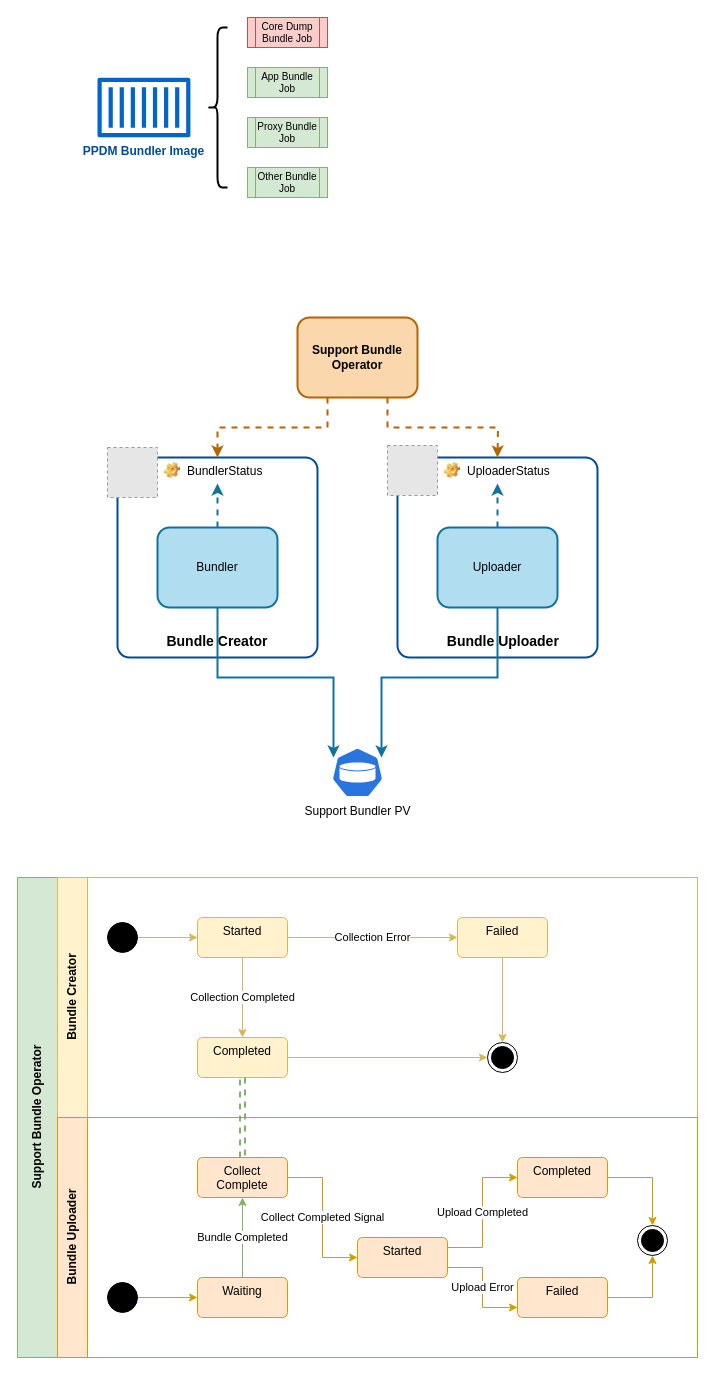
gaivin/drawio keeps this draw.io diagram as page "PlatformBundler" (10 of 15) of st/K8S_Logging.drawio. Above is the earlier version. Source tidied: cells renumbered, new cells numbered last; positions are measured from the earlier drawing's top-left corner, leaving out a move shared by most shapes. Both pictures are drawn from the tidied source at 100%, with x=0, y=0 at pixel (17, 17). Pictures stored in the file or linked from it are replaced by grey dashed boxes.
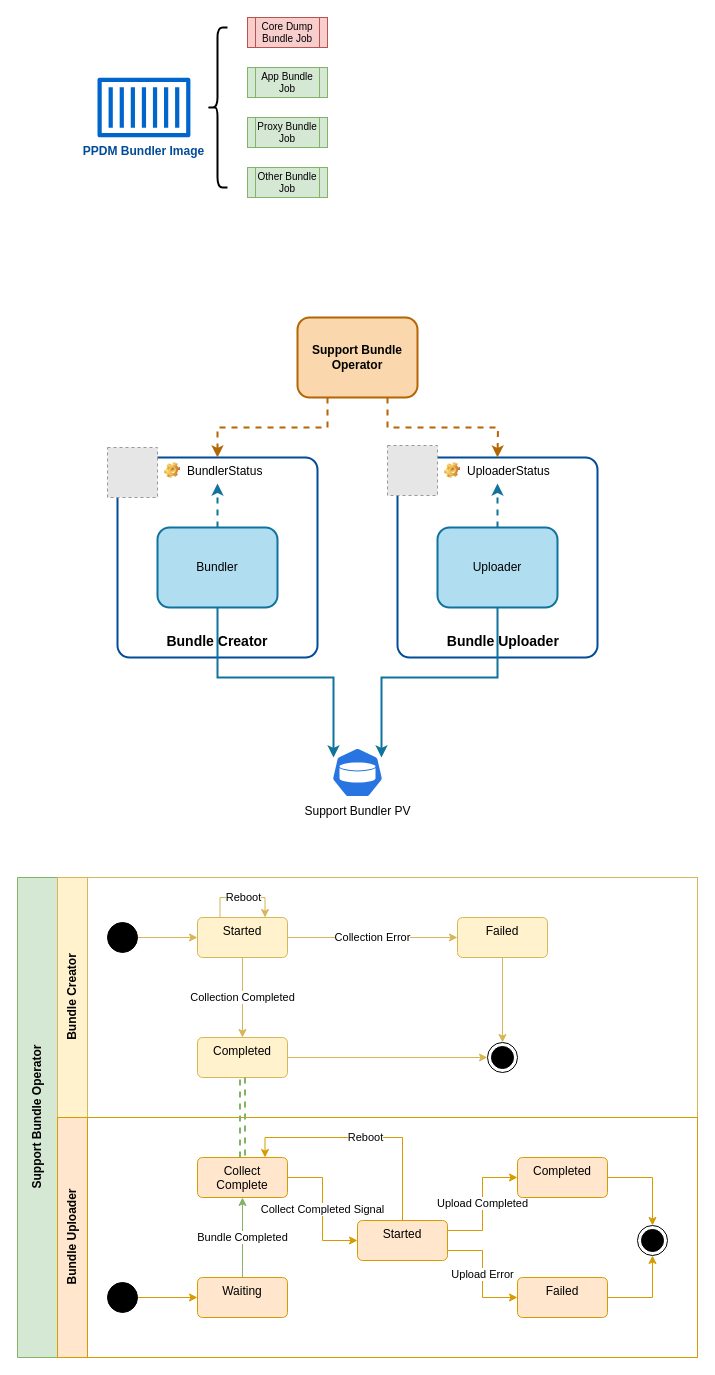
The same diagram, later.

The change refers to these unchanged cells:
```xml
<mxCell id="25" value="Bundle Creator" style="swimlane;startSize=30;horizontal=0;html=1;fillColor=#fff2cc;strokeColor=#d6b656;" parent="24" vertex="1">
  <mxGeometry x="40" width="640" height="240" as="geometry" />
</mxCell>
<mxCell id="26" value="Started" style="html=1;align=center;verticalAlign=top;rounded=1;absoluteArcSize=1;arcSize=10;dashed=0;whiteSpace=wrap;fillColor=#fff2cc;strokeColor=#d6b656;" parent="25" vertex="1">
  <mxGeometry x="140" y="40" width="90" height="40" as="geometry" />
</mxCell>
<mxCell id="36" value="Bundle Uploader" style="swimlane;startSize=30;horizontal=0;html=1;fillColor=#ffe6cc;strokeColor=#d79b00;" parent="24" vertex="1">
  <mxGeometry x="40" y="240" width="640" height="240" as="geometry" />
</mxCell>
<mxCell id="41" value="Failed" style="html=1;align=center;verticalAlign=top;rounded=1;absoluteArcSize=1;arcSize=10;dashed=0;whiteSpace=wrap;fillColor=#ffe6cc;strokeColor=#d79b00;" parent="36" vertex="1">
  <mxGeometry x="460" y="160" width="90" height="40" as="geometry" />
</mxCell>
<mxCell id="44" value="Collect Complete&lt;span style=&quot;color: rgb(36, 41, 47); font-family: ui-monospace, SFMono-Regular, &amp;quot;SF Mono&amp;quot;, Menlo, Consolas, &amp;quot;Liberation Mono&amp;quot;, monospace; text-align: start; background-color: rgb(255, 255, 255);&quot;&gt; &lt;/span&gt;" style="html=1;align=center;verticalAlign=top;rounded=1;absoluteArcSize=1;arcSize=10;dashed=0;whiteSpace=wrap;fillColor=#ffe6cc;strokeColor=#d79b00;" parent="36" vertex="1">
  <mxGeometry x="140" y="40" width="90" height="40" as="geometry" />
</mxCell>
```

Diff of the diagram source:
```diff
@@
+    <mxCell id="52" value="Reboot" style="edgeStyle=orthogonalEdgeStyle;rounded=0;orthogonalLoop=1;jettySize=auto;html=1;exitX=0.25;exitY=0;exitDx=0;exitDy=0;entryX=0.75;entryY=0;entryDx=0;entryDy=0;fillColor=#fff2cc;strokeColor=#d6b656;" parent="25" edge="1" source="26" target="26">
+      <mxGeometry relative="1" as="geometry">
+        <Array as="points">
+          <mxPoint x="163" y="20" />
+          <mxPoint x="208" y="20" />
+        </Array>
+      </mxGeometry>
+    </mxCell>
@@
-    <mxCell id="42" value="Upload Error" style="edgeStyle=orthogonalEdgeStyle;rounded=0;jettySize=auto;html=1;entryX=0;entryY=0.75;entryDx=0;entryDy=0;entryPerimeter=0;exitX=1;exitY=0.75;exitDx=0;exitDy=0;fillColor=#ffe6cc;strokeColor=#d79b00;" parent="36" edge="1" source="50" target="41">
+    <mxCell id="42" value="Upload Error" style="edgeStyle=orthogonalEdgeStyle;rounded=0;jettySize=auto;html=1;entryX=0;entryY=0.5;entryDx=0;entryDy=0;exitX=1;exitY=0.75;exitDx=0;exitDy=0;fillColor=#ffe6cc;strokeColor=#d79b00;" parent="36" edge="1" source="50" target="41">
       <mxGeometry relative="1" as="geometry" />
     </mxCell>
@@
+    <mxCell id="53" value="Reboot" style="edgeStyle=orthogonalEdgeStyle;rounded=0;jettySize=auto;html=1;exitX=0.5;exitY=0;exitDx=0;exitDy=0;entryX=0.75;entryY=0;entryDx=0;entryDy=0;fillColor=#ffe6cc;strokeColor=#d79b00;" parent="36" edge="1" source="50" target="44">
+      <mxGeometry relative="1" as="geometry" />
+    </mxCell>
     <mxCell id="50" value="Started&lt;span style=&quot;color: rgb(36, 41, 47); font-family: ui-monospace, SFMono-Regular, &amp;quot;SF Mono&amp;quot;, Menlo, Consolas, &amp;quot;Liberation Mono&amp;quot;, monospace; text-align: start; background-color: rgb(255, 255, 255);&quot;&gt;&lt;/span&gt;" style="html=1;align=center;verticalAlign=top;rounded=1;absoluteArcSize=1;arcSize=10;dashed=0;whiteSpace=wrap;fillColor=#ffe6cc;strokeColor=#d79b00;" parent="36" vertex="1">
-      <mxGeometry x="300" y="120" width="90" height="40" as="geometry" />
+      <mxGeometry x="300" y="103" width="90" height="40" as="geometry" />
     </mxCell>
```
